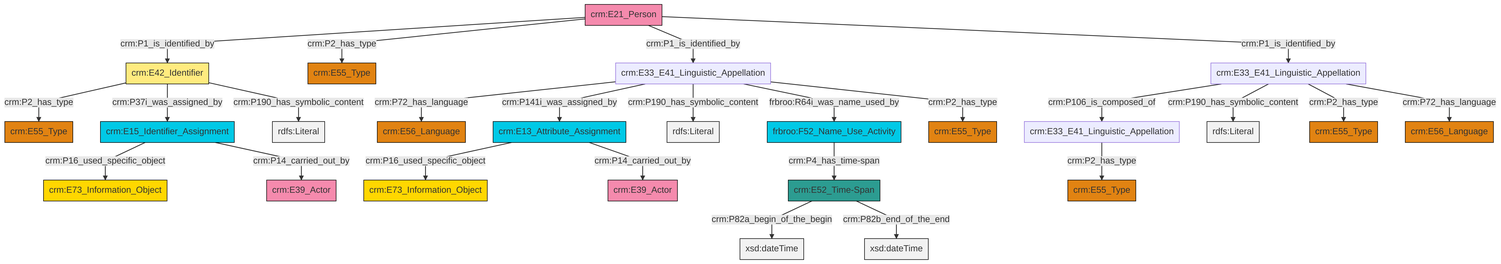
The Mermaid diagram et/personCSV/ttl/mmd/png/Person_Names_and_Classification.png in swiss-art-research-net/docs.swissartresearch, before a commit. Its source is kept beside it as et/personCSV/ttl/mmd/Person_Names_and_Classification.ttl.mmd.
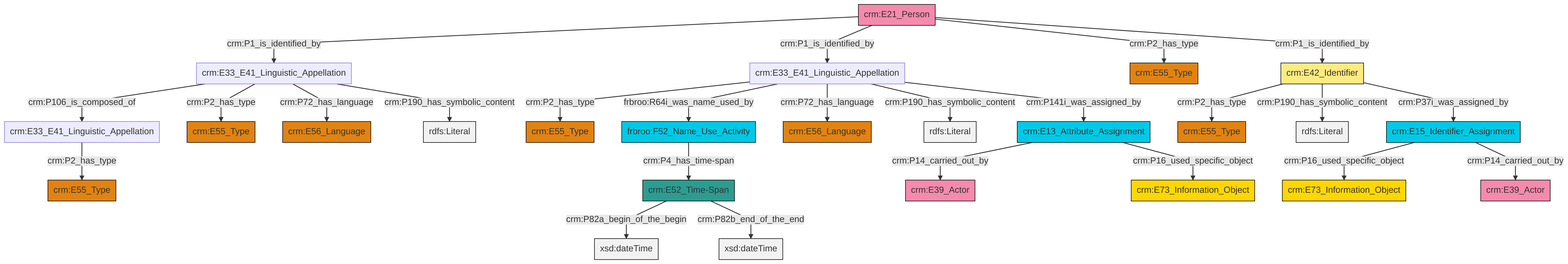
After the commit.

Diff of the diagram source:
```diff
@@ -13,27 +13,27 @@
 classDef PC_Classes fill:#4ce600, stroke:#000000;
 classDef Multi fill:#cccccc,stroke:#000000;
 
-0["crm:E42_Identifier"]:::Appellation -->|crm:P2_has_type| 1["crm:E55_Type"]:::Type
-2["crm:E33_E41_Linguistic_Appellation"]:::Default -->|crm:P106_is_composed_of| 3["crm:E33_E41_Linguistic_Appellation"]:::Default
-4["crm:E33_E41_Linguistic_Appellation"]:::Default -->|crm:P72_has_language| 5["crm:E56_Language"]:::Type
-11["crm:E15_Identifier_Assignment"]:::Temporal_Entity -->|crm:P16_used_specific_object| 12["crm:E73_Information_Object"]:::Conceptual_Object
-13["crm:E21_Person"]:::Actor -->|crm:P1_is_identified_by| 0["crm:E42_Identifier"]:::Appellation
-4["crm:E33_E41_Linguistic_Appellation"]:::Default -->|crm:P141i_was_assigned_by| 18["crm:E13_Attribute_Assignment"]:::Temporal_Entity
-13["crm:E21_Person"]:::Actor -->|crm:P2_has_type| 8["crm:E55_Type"]:::Type
-11["crm:E15_Identifier_Assignment"]:::Temporal_Entity -->|crm:P14_carried_out_by| 21["crm:E39_Actor"]:::Actor
-4["crm:E33_E41_Linguistic_Appellation"]:::Default -->|crm:P190_has_symbolic_content| 25[rdfs:Literal]:::Literal
-3["crm:E33_E41_Linguistic_Appellation"]:::Default -->|crm:P2_has_type| 16["crm:E55_Type"]:::Type
-2["crm:E33_E41_Linguistic_Appellation"]:::Default -->|crm:P190_has_symbolic_content| 27[rdfs:Literal]:::Literal
-4["crm:E33_E41_Linguistic_Appellation"]:::Default -->|frbroo:R64i_was_name_used_by| 6["frbroo:F52_Name_Use_Activity"]:::Temporal_Entity
-6["frbroo:F52_Name_Use_Activity"]:::Temporal_Entity -->|crm:P4_has_time-span| 28["crm:E52_Time-Span"]:::Time-Span
-0["crm:E42_Identifier"]:::Appellation -->|crm:P37i_was_assigned_by| 11["crm:E15_Identifier_Assignment"]:::Temporal_Entity
-0["crm:E42_Identifier"]:::Appellation -->|crm:P190_has_symbolic_content| 29[rdfs:Literal]:::Literal
-13["crm:E21_Person"]:::Actor -->|crm:P1_is_identified_by| 4["crm:E33_E41_Linguistic_Appellation"]:::Default
-2["crm:E33_E41_Linguistic_Appellation"]:::Default -->|crm:P2_has_type| 14["crm:E55_Type"]:::Type
-2["crm:E33_E41_Linguistic_Appellation"]:::Default -->|crm:P72_has_language| 34["crm:E56_Language"]:::Type
-4["crm:E33_E41_Linguistic_Appellation"]:::Default -->|crm:P2_has_type| 31["crm:E55_Type"]:::Type
-13["crm:E21_Person"]:::Actor -->|crm:P1_is_identified_by| 2["crm:E33_E41_Linguistic_Appellation"]:::Default
-28["crm:E52_Time-Span"]:::Time-Span -->|crm:P82a_begin_of_the_begin| 37[xsd:dateTime]:::Literal
-18["crm:E13_Attribute_Assignment"]:::Temporal_Entity -->|crm:P16_used_specific_object| 22["crm:E73_Information_Object"]:::Conceptual_Object
-18["crm:E13_Attribute_Assignment"]:::Temporal_Entity -->|crm:P14_carried_out_by| 43["crm:E39_Actor"]:::Actor
-28["crm:E52_Time-Span"]:::Time-Span -->|crm:P82b_end_of_the_end| 45[xsd:dateTime]:::Literal
+2["crm:E13_Attribute_Assignment"]:::Temporal_Entity -->|crm:P14_carried_out_by| 3["crm:E39_Actor"]:::Actor
+4["crm:E15_Identifier_Assignment"]:::Temporal_Entity -->|crm:P16_used_specific_object| 5["crm:E73_Information_Object"]:::Conceptual_Object
+6["crm:E42_Identifier"]:::Appellation -->|crm:P2_has_type| 7["crm:E55_Type"]:::Type
+8["crm:E33_E41_Linguistic_Appellation"]:::Default -->|crm:P106_is_composed_of| 9["crm:E33_E41_Linguistic_Appellation"]:::Default
+8["crm:E33_E41_Linguistic_Appellation"]:::Default -->|crm:P2_has_type| 10["crm:E55_Type"]:::Type
+2["crm:E13_Attribute_Assignment"]:::Temporal_Entity -->|crm:P16_used_specific_object| 15["crm:E73_Information_Object"]:::Conceptual_Object
+6["crm:E42_Identifier"]:::Appellation -->|crm:P190_has_symbolic_content| 16[rdfs:Literal]:::Literal
+20["crm:E52_Time-Span"]:::Time-Span -->|crm:P82a_begin_of_the_begin| 21[xsd:dateTime]:::Literal
+8["crm:E33_E41_Linguistic_Appellation"]:::Default -->|crm:P72_has_language| 25["crm:E56_Language"]:::Type
+26["crm:E21_Person"]:::Actor -->|crm:P1_is_identified_by| 8["crm:E33_E41_Linguistic_Appellation"]:::Default
+0["crm:E33_E41_Linguistic_Appellation"]:::Default -->|crm:P2_has_type| 11["crm:E55_Type"]:::Type
+0["crm:E33_E41_Linguistic_Appellation"]:::Default -->|frbroo:R64i_was_name_used_by| 28["frbroo:F52_Name_Use_Activity"]:::Temporal_Entity
+26["crm:E21_Person"]:::Actor -->|crm:P1_is_identified_by| 0["crm:E33_E41_Linguistic_Appellation"]:::Default
+0["crm:E33_E41_Linguistic_Appellation"]:::Default -->|crm:P72_has_language| 31["crm:E56_Language"]:::Type
+8["crm:E33_E41_Linguistic_Appellation"]:::Default -->|crm:P190_has_symbolic_content| 32[rdfs:Literal]:::Literal
+26["crm:E21_Person"]:::Actor -->|crm:P2_has_type| 22["crm:E55_Type"]:::Type
+26["crm:E21_Person"]:::Actor -->|crm:P1_is_identified_by| 6["crm:E42_Identifier"]:::Appellation
+4["crm:E15_Identifier_Assignment"]:::Temporal_Entity -->|crm:P14_carried_out_by| 17["crm:E39_Actor"]:::Actor
+6["crm:E42_Identifier"]:::Appellation -->|crm:P37i_was_assigned_by| 4["crm:E15_Identifier_Assignment"]:::Temporal_Entity
+0["crm:E33_E41_Linguistic_Appellation"]:::Default -->|crm:P190_has_symbolic_content| 40[rdfs:Literal]:::Literal
+20["crm:E52_Time-Span"]:::Time-Span -->|crm:P82b_end_of_the_end| 41[xsd:dateTime]:::Literal
+9["crm:E33_E41_Linguistic_Appellation"]:::Default -->|crm:P2_has_type| 35["crm:E55_Type"]:::Type
+28["frbroo:F52_Name_Use_Activity"]:::Temporal_Entity -->|crm:P4_has_time-span| 20["crm:E52_Time-Span"]:::Time-Span
+0["crm:E33_E41_Linguistic_Appellation"]:::Default -->|crm:P141i_was_assigned_by| 2["crm:E13_Attribute_Assignment"]:::Temporal_Entity
```
